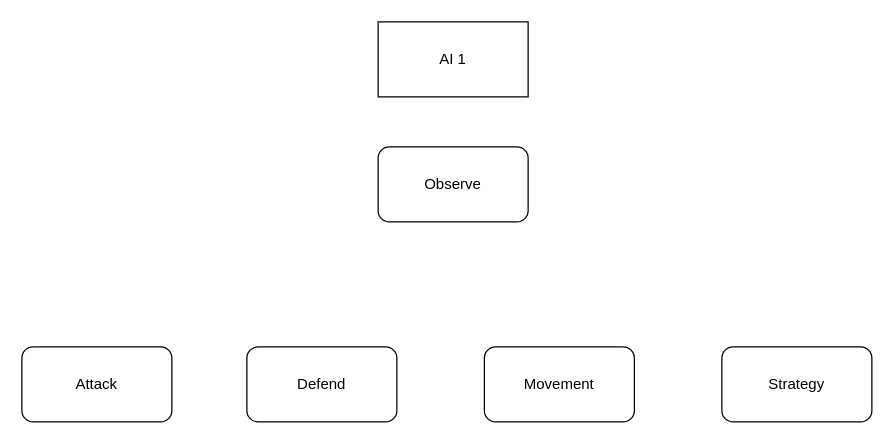
The draw.io diagram Script/AI Concept Art.drawio in Braeden261/seniorProject, before the edit. Source tidied: cells renumbered, new cells numbered last; positions are measured from the earlier drawing's top-left corner, leaving out a move shared by most shapes. Both pictures are drawn from the tidied source at 125%, with x=0, y=0 at pixel (21, 21).
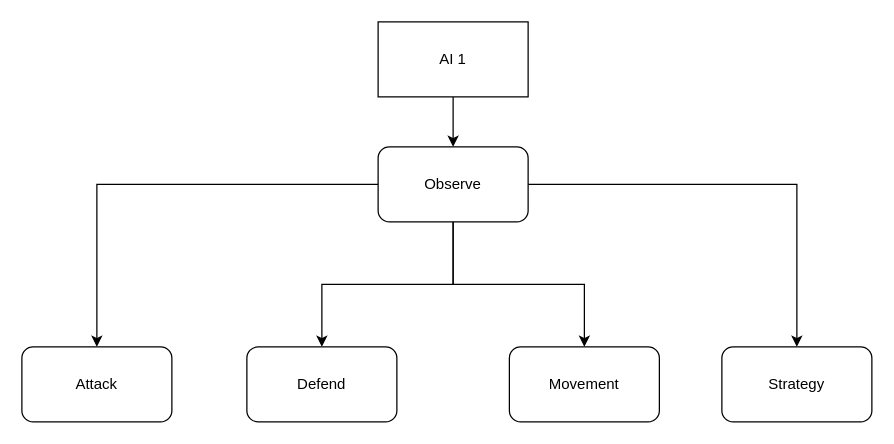
After the change.

Diff of the diagram source:
```diff
@@
 <mxGraphModel>
   <root>
     <mxCell id="0" />
     <mxCell id="1" parent="0" />
+    <mxCell id="8" style="edgeStyle=orthogonalEdgeStyle;rounded=0;jettySize=auto;html=1;exitX=0.5;exitY=1;exitDx=0;exitDy=0;entryX=0.5;entryY=0;entryDx=0;entryDy=0;" parent="1" edge="1" source="2" target="5">
+      <mxGeometry relative="1" as="geometry" />
+    </mxCell>
     <mxCell id="2" value="AI 1&lt;br&gt;" style="rounded=0;whiteSpace=wrap;html=1;" parent="1" vertex="1">
       <mxGeometry x="285" width="120" height="60" as="geometry" />
     </mxCell>
     <mxCell id="3" value="Movement" style="rounded=1;whiteSpace=wrap;html=1;" parent="1" vertex="1">
-      <mxGeometry x="370" y="260" width="120" height="60" as="geometry" />
+      <mxGeometry x="390" y="260" width="120" height="60" as="geometry" />
     </mxCell>
     <mxCell id="4" value="Attack" style="rounded=1;whiteSpace=wrap;html=1;" parent="1" vertex="1">
       <mxGeometry y="260" width="120" height="60" as="geometry" />
     </mxCell>
+    <mxCell id="9" style="edgeStyle=orthogonalEdgeStyle;rounded=0;jettySize=auto;html=1;" parent="1" edge="1" source="5" target="6">
+      <mxGeometry relative="1" as="geometry" />
+    </mxCell>
+    <mxCell id="10" style="edgeStyle=orthogonalEdgeStyle;rounded=0;jettySize=auto;html=1;entryX=0.5;entryY=0;entryDx=0;entryDy=0;" parent="1" edge="1" source="5" target="4">
+      <mxGeometry relative="1" as="geometry" />
+    </mxCell>
+    <mxCell id="11" style="edgeStyle=orthogonalEdgeStyle;rounded=0;jettySize=auto;html=1;" parent="1" edge="1" source="5" target="3">
+      <mxGeometry relative="1" as="geometry" />
+    </mxCell>
+    <mxCell id="12" style="edgeStyle=orthogonalEdgeStyle;rounded=0;jettySize=auto;html=1;" parent="1" edge="1" source="5" target="7">
+      <mxGeometry relative="1" as="geometry" />
+    </mxCell>
     <mxCell id="5" value="Observe" style="rounded=1;whiteSpace=wrap;html=1;" parent="1" vertex="1">
       <mxGeometry x="285" y="100" width="120" height="60" as="geometry" />
     </mxCell>
     <mxCell id="6" value="Defend&lt;br&gt;" style="rounded=1;whiteSpace=wrap;html=1;" parent="1" vertex="1">
       <mxGeometry x="180" y="260" width="120" height="60" as="geometry" />
     </mxCell>
     <mxCell id="7" value="Strategy" style="rounded=1;whiteSpace=wrap;html=1;" parent="1" vertex="1">
       <mxGeometry x="560" y="260" width="120" height="60" as="geometry" />
     </mxCell>
   </root>
 </mxGraphModel>
```
